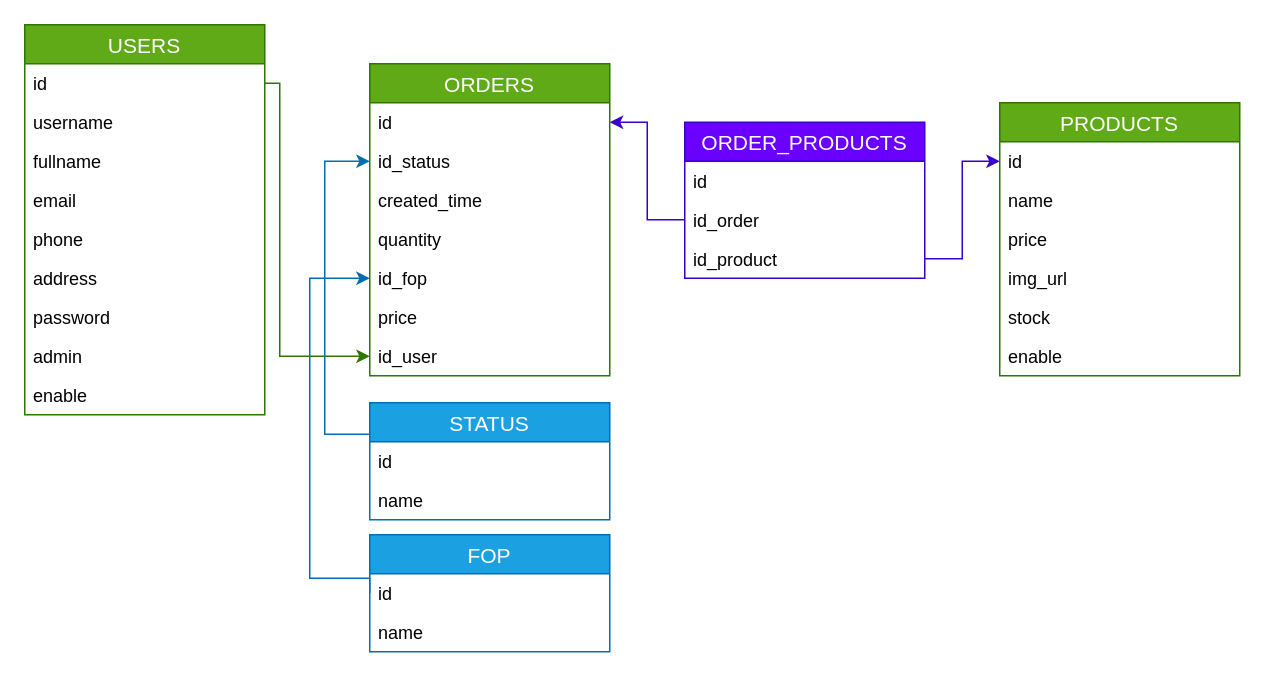
This is data_base/diagram.drawio from KaribelBT/delilah_resto, a draw.io file, before an edit. Source tidied: cells renumbered, new cells numbered last; positions are measured from the earlier drawing's top-left corner, leaving out a move shared by most shapes. Both pictures are drawn from the tidied source at 150%, with x=0, y=0 at pixel (24, 24).
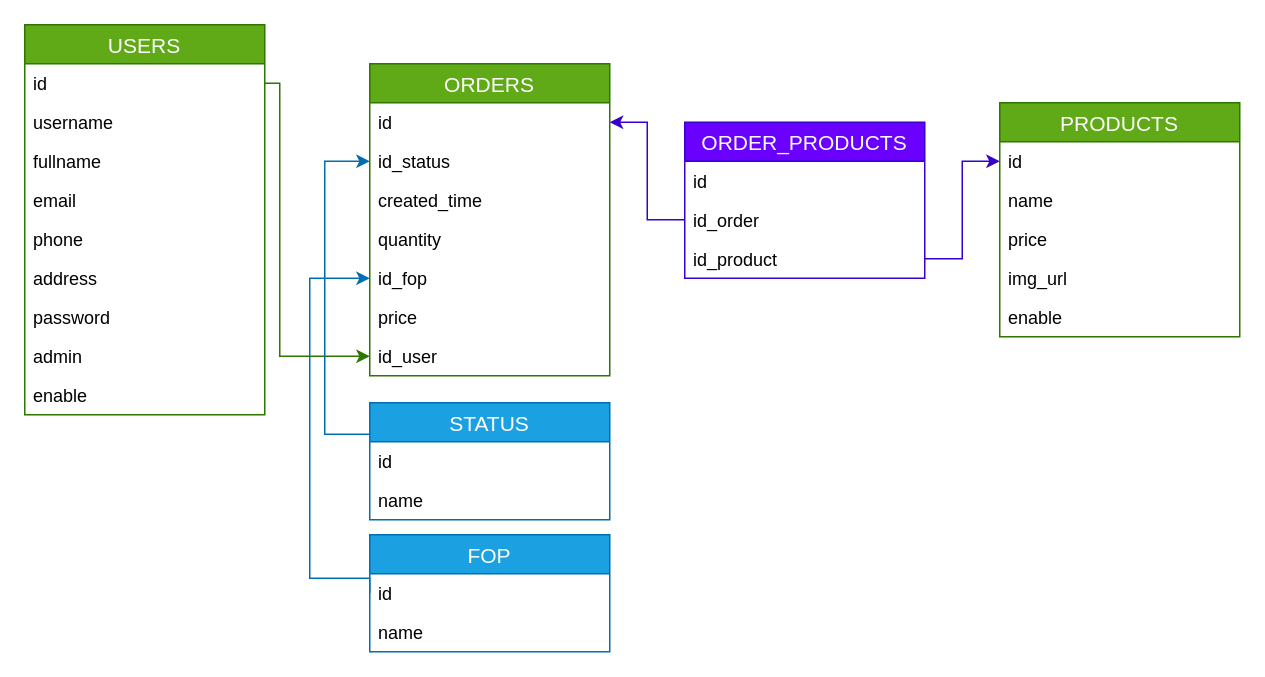
After the change.

Change to the diagram source:
```diff
@@
     <mxCell id="15" value="PRODUCTS" style="swimlane;fontStyle=0;horizontal=1;startSize=26;align=center;fontSize=14;fillColor=#60a917;strokeColor=#2D7600;fontColor=#ffffff;" parent="1" vertex="1">
-      <mxGeometry x="650" y="52" width="160" height="182" as="geometry" />
+      <mxGeometry x="650" y="52" width="160" height="156" as="geometry" />
     </mxCell>
@@
-    <mxCell id="20" value="stock" style="text;strokeColor=none;fillColor=none;spacingLeft=4;spacingRight=4;overflow=hidden;fontSize=12;" parent="15" vertex="1">
-      <mxGeometry y="130" width="160" height="26" as="geometry" />
-    </mxCell>
     <mxCell id="21" value="enable" style="text;strokeColor=none;fillColor=none;spacingLeft=4;spacingRight=4;overflow=hidden;fontSize=12;" parent="15" vertex="1">
-      <mxGeometry y="156" width="160" height="26" as="geometry" />
+      <mxGeometry y="130" width="160" height="26" as="geometry" />
     </mxCell>
```
